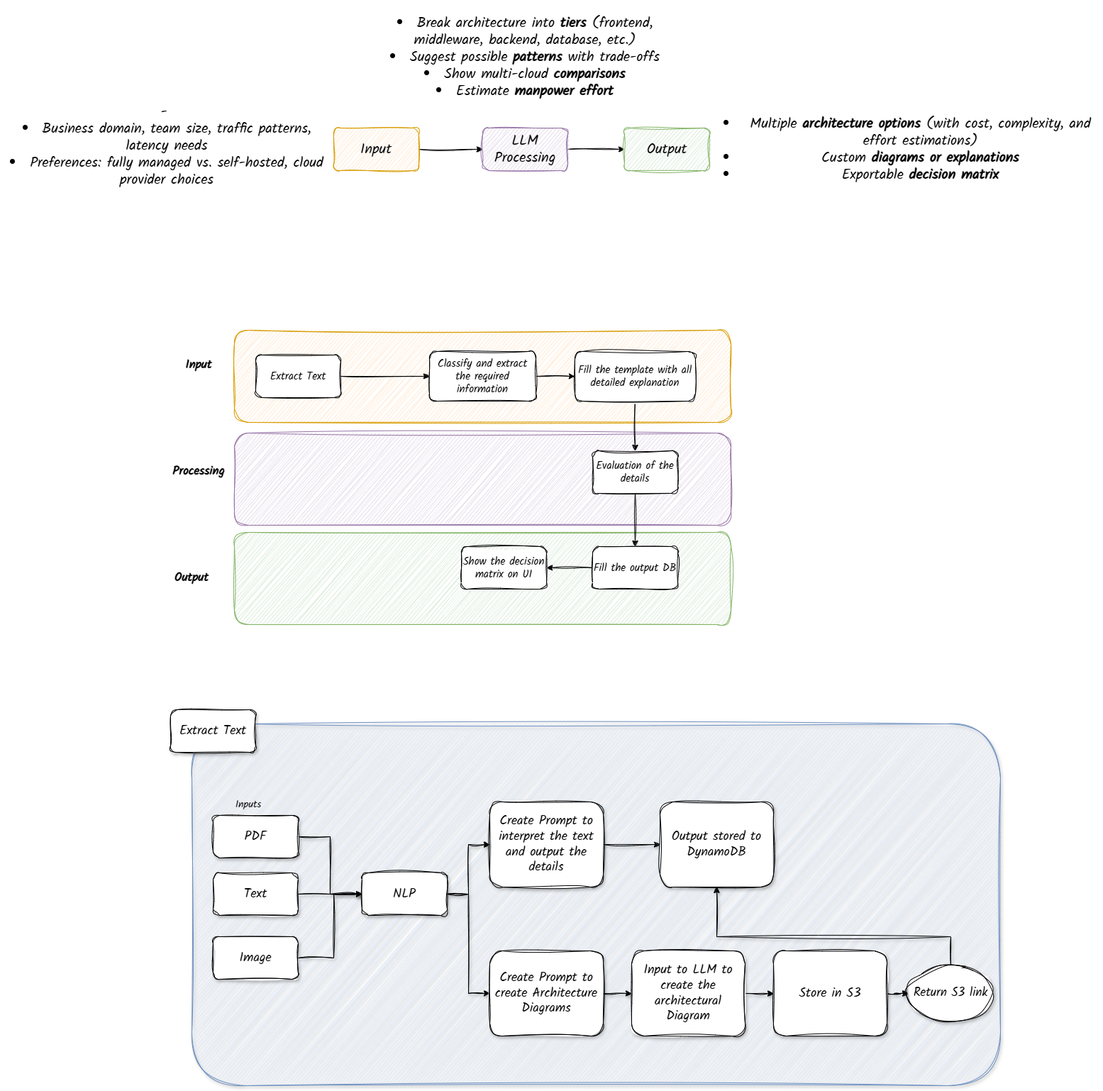
Above: ArchitectingWithLLM.drawio.png in shilpathota/FlowCharts (draw.io), before the change. Source tidied: cells renumbered, new cells last; positions are measured from the earlier drawing's top-left corner, leaving out a move shared by most shapes. The source it was exported from:
```xml
<mxGraphModel>
  <root>
    <mxCell id="0" />
    <mxCell id="1" parent="0" />
    <mxCell id="2" style="rounded=1;whiteSpace=wrap;html=1;fillColor=#dae8fc;strokeColor=#6c8ebf;sketch=1;curveFitting=1;jiggle=2;shadow=1;fontFamily=Kalam;fontSource=https%3A%2F%2Ffonts.googleapis.com%2Fcss%3Ffamily%3DKalam;" parent="1" vertex="1">
      <mxGeometry x="270" y="1020" width="1140" height="510" as="geometry" />
    </mxCell>
    <mxCell id="3" style="rounded=1;whiteSpace=wrap;html=1;fillColor=#d5e8d4;strokeColor=#82b366;fontFamily=Kalam;fontSize=15;fontSource=https%3A%2F%2Ffonts.googleapis.com%2Fcss%3Ffamily%3DKalam;sketch=1;curveFitting=1;jiggle=2;" parent="1" vertex="1">
      <mxGeometry x="330" y="750" width="700" height="130" as="geometry" />
    </mxCell>
    <mxCell id="4" style="rounded=1;whiteSpace=wrap;html=1;fillColor=#e1d5e7;strokeColor=#9673a6;fontFamily=Kalam;fontSize=15;fontSource=https%3A%2F%2Ffonts.googleapis.com%2Fcss%3Ffamily%3DKalam;sketch=1;curveFitting=1;jiggle=2;" parent="1" vertex="1">
      <mxGeometry x="330" y="610" width="700" height="130" as="geometry" />
    </mxCell>
    <mxCell id="5" style="rounded=1;whiteSpace=wrap;html=1;fillColor=#ffe6cc;strokeColor=#d79b00;fontFamily=Kalam;fontSize=15;fontSource=https%3A%2F%2Ffonts.googleapis.com%2Fcss%3Ffamily%3DKalam;sketch=1;curveFitting=1;jiggle=2;" parent="1" vertex="1">
      <mxGeometry x="330" y="465" width="700" height="130" as="geometry" />
    </mxCell>
    <mxCell id="6" style="edgeStyle=orthogonalEdgeStyle;rounded=0;jettySize=auto;html=1;exitX=1;exitY=0.5;exitDx=0;exitDy=0;entryX=0;entryY=0.5;entryDx=0;entryDy=0;fontFamily=Kalam;fontSource=https%3A%2F%2Ffonts.googleapis.com%2Fcss%3Ffamily%3DKalam;fontSize=20;sketch=1;curveFitting=1;jiggle=2;" parent="1" edge="1" source="7" target="9">
      <mxGeometry relative="1" as="geometry" />
    </mxCell>
    <mxCell id="7" value="Input" style="rounded=1;whiteSpace=wrap;html=1;fillColor=#ffe6cc;strokeColor=#d79b00;fontFamily=Kalam;fontSource=https%3A%2F%2Ffonts.googleapis.com%2Fcss%3Ffamily%3DKalam;fontSize=20;sketch=1;curveFitting=1;jiggle=2;" parent="1" vertex="1">
      <mxGeometry x="470" y="180" width="120" height="60" as="geometry" />
    </mxCell>
    <mxCell id="8" style="edgeStyle=orthogonalEdgeStyle;rounded=0;jettySize=auto;html=1;fontFamily=Kalam;fontSource=https%3A%2F%2Ffonts.googleapis.com%2Fcss%3Ffamily%3DKalam;fontSize=20;sketch=1;curveFitting=1;jiggle=2;" parent="1" edge="1" source="9" target="10">
      <mxGeometry relative="1" as="geometry" />
    </mxCell>
    <mxCell id="9" value="LLM Processing" style="rounded=1;whiteSpace=wrap;html=1;fillColor=#e1d5e7;strokeColor=#9673a6;fontFamily=Kalam;fontSource=https%3A%2F%2Ffonts.googleapis.com%2Fcss%3Ffamily%3DKalam;fontSize=20;sketch=1;curveFitting=1;jiggle=2;" parent="1" vertex="1">
      <mxGeometry x="680" y="180" width="120" height="60" as="geometry" />
    </mxCell>
    <mxCell id="10" value="Output" style="rounded=1;whiteSpace=wrap;html=1;fillColor=#d5e8d4;strokeColor=#82b366;fontFamily=Kalam;fontSource=https%3A%2F%2Ffonts.googleapis.com%2Fcss%3Ffamily%3DKalam;fontSize=20;sketch=1;curveFitting=1;jiggle=2;" parent="1" vertex="1">
      <mxGeometry x="880" y="180" width="120" height="60" as="geometry" />
    </mxCell>
    <mxCell id="11" value="-&amp;nbsp;&lt;li&gt;Business domain, team size, traffic patterns, latency needs&lt;/li&gt;&lt;li&gt;Preferences: fully managed vs. self-hosted, cloud provider choices&lt;/li&gt;" style="text;html=1;align=center;verticalAlign=middle;whiteSpace=wrap;rounded=0;fontFamily=Kalam;fontSource=https%3A%2F%2Ffonts.googleapis.com%2Fcss%3Ffamily%3DKalam;fontSize=20;sketch=1;curveFitting=1;jiggle=2;" parent="1" vertex="1">
      <mxGeometry y="190" width="470" height="30" as="geometry" />
    </mxCell>
    <mxCell id="12" value="&lt;li&gt;Break architecture into &lt;strong&gt;tiers&lt;/strong&gt; (frontend, middleware, backend, database, etc.)&lt;/li&gt;&lt;li&gt;Suggest possible &lt;strong&gt;patterns&lt;/strong&gt; with trade-offs&lt;/li&gt;&lt;li&gt;Show multi-cloud &lt;strong&gt;comparisons&lt;/strong&gt;&lt;/li&gt;&lt;li&gt;Estimate &lt;strong&gt;manpower effort&lt;/strong&gt;&lt;/li&gt;" style="text;html=1;align=center;verticalAlign=middle;whiteSpace=wrap;rounded=0;fontFamily=Kalam;fontSource=https%3A%2F%2Ffonts.googleapis.com%2Fcss%3Ffamily%3DKalam;fontSize=20;sketch=1;curveFitting=1;jiggle=2;" parent="1" vertex="1">
      <mxGeometry x="510" width="460" height="160" as="geometry" />
    </mxCell>
    <mxCell id="13" value="&lt;ul&gt;&lt;li&gt;&lt;span style=&quot;background-color: transparent; color: light-dark(rgb(0, 0, 0), rgb(255, 255, 255));&quot;&gt;Multiple &lt;/span&gt;&lt;strong style=&quot;background-color: transparent; color: light-dark(rgb(0, 0, 0), rgb(255, 255, 255));&quot;&gt;architecture options&lt;/strong&gt;&lt;span style=&quot;background-color: transparent; color: light-dark(rgb(0, 0, 0), rgb(255, 255, 255));&quot;&gt; (with cost, complexity, and effort estimations)&lt;/span&gt;&lt;/li&gt;&lt;li&gt;&lt;span style=&quot;background-color: transparent; color: light-dark(rgb(0, 0, 0), rgb(255, 255, 255));&quot;&gt;Custom &lt;/span&gt;&lt;strong style=&quot;background-color: transparent; color: light-dark(rgb(0, 0, 0), rgb(255, 255, 255));&quot;&gt;diagrams or explanations&lt;/strong&gt;&lt;/li&gt;&lt;li&gt;&lt;span style=&quot;background-color: transparent; color: light-dark(rgb(0, 0, 0), rgb(255, 255, 255));&quot;&gt;Exportable &lt;/span&gt;&lt;strong style=&quot;background-color: transparent; color: light-dark(rgb(0, 0, 0), rgb(255, 255, 255));&quot;&gt;decision matrix&lt;/strong&gt;&lt;/li&gt;&lt;/ul&gt;" style="text;html=1;align=center;verticalAlign=middle;whiteSpace=wrap;rounded=0;fontFamily=Kalam;fontSource=https%3A%2F%2Ffonts.googleapis.com%2Fcss%3Ffamily%3DKalam;fontSize=20;sketch=1;curveFitting=1;jiggle=2;" parent="1" vertex="1">
      <mxGeometry x="1000" y="195" width="555" height="30" as="geometry" />
    </mxCell>
    <mxCell id="14" style="edgeStyle=orthogonalEdgeStyle;rounded=0;jettySize=auto;html=1;exitX=1;exitY=0.5;exitDx=0;exitDy=0;entryX=0;entryY=0.5;entryDx=0;entryDy=0;fontFamily=Kalam;fontSize=15;fontSource=https%3A%2F%2Ffonts.googleapis.com%2Fcss%3Ffamily%3DKalam;sketch=1;curveFitting=1;jiggle=2;" parent="1" edge="1" source="15" target="17">
      <mxGeometry relative="1" as="geometry" />
    </mxCell>
    <mxCell id="15" value="Extract Text" style="rounded=1;whiteSpace=wrap;html=1;fontFamily=Kalam;fontSize=15;fontSource=https%3A%2F%2Ffonts.googleapis.com%2Fcss%3Ffamily%3DKalam;sketch=1;curveFitting=1;jiggle=2;" parent="1" vertex="1">
      <mxGeometry x="360" y="500" width="120" height="60" as="geometry" />
    </mxCell>
    <mxCell id="16" style="edgeStyle=orthogonalEdgeStyle;rounded=0;jettySize=auto;html=1;entryX=0;entryY=0.5;entryDx=0;entryDy=0;fontFamily=Kalam;fontSize=15;fontSource=https%3A%2F%2Ffonts.googleapis.com%2Fcss%3Ffamily%3DKalam;sketch=1;curveFitting=1;jiggle=2;" parent="1" edge="1" source="17" target="19">
      <mxGeometry relative="1" as="geometry" />
    </mxCell>
    <mxCell id="17" value="Classify and extract the required information" style="rounded=1;whiteSpace=wrap;html=1;fontFamily=Kalam;fontSize=15;fontSource=https%3A%2F%2Ffonts.googleapis.com%2Fcss%3Ffamily%3DKalam;sketch=1;curveFitting=1;jiggle=2;" parent="1" vertex="1">
      <mxGeometry x="605" y="495" width="150" height="70" as="geometry" />
    </mxCell>
    <mxCell id="18" style="edgeStyle=orthogonalEdgeStyle;rounded=0;jettySize=auto;html=1;fontFamily=Kalam;fontSize=15;entryX=0.5;entryY=0;entryDx=0;entryDy=0;fontSource=https%3A%2F%2Ffonts.googleapis.com%2Fcss%3Ffamily%3DKalam;sketch=1;curveFitting=1;jiggle=2;" parent="1" edge="1" source="19" target="21">
      <mxGeometry relative="1" as="geometry" />
    </mxCell>
    <mxCell id="19" value="Fill the template with all detailed explanation" style="rounded=1;whiteSpace=wrap;html=1;fontFamily=Kalam;fontSize=15;fontSource=https%3A%2F%2Ffonts.googleapis.com%2Fcss%3Ffamily%3DKalam;sketch=1;curveFitting=1;jiggle=2;" parent="1" vertex="1">
      <mxGeometry x="810" y="495" width="170" height="70" as="geometry" />
    </mxCell>
    <mxCell id="20" style="edgeStyle=orthogonalEdgeStyle;rounded=0;jettySize=auto;html=1;fontFamily=Kalam;fontSize=15;fontSource=https%3A%2F%2Ffonts.googleapis.com%2Fcss%3Ffamily%3DKalam;sketch=1;curveFitting=1;jiggle=2;" parent="1" edge="1" source="21" target="23">
      <mxGeometry relative="1" as="geometry" />
    </mxCell>
    <mxCell id="21" value="Evaluation of the details" style="rounded=1;whiteSpace=wrap;html=1;fontFamily=Kalam;fontSize=15;fontSource=https%3A%2F%2Ffonts.googleapis.com%2Fcss%3Ffamily%3DKalam;sketch=1;curveFitting=1;jiggle=2;" parent="1" vertex="1">
      <mxGeometry x="835" y="635" width="120" height="60" as="geometry" />
    </mxCell>
    <mxCell id="22" style="edgeStyle=orthogonalEdgeStyle;rounded=0;jettySize=auto;html=1;exitX=0;exitY=0.5;exitDx=0;exitDy=0;entryX=1;entryY=0.5;entryDx=0;entryDy=0;fontFamily=Kalam;fontSource=https%3A%2F%2Ffonts.googleapis.com%2Fcss%3Ffamily%3DKalam;sketch=1;curveFitting=1;jiggle=2;" parent="1" edge="1" source="23" target="27">
      <mxGeometry relative="1" as="geometry" />
    </mxCell>
    <mxCell id="23" value="Fill the output DB" style="rounded=1;whiteSpace=wrap;html=1;fontFamily=Kalam;fontSize=15;fontSource=https%3A%2F%2Ffonts.googleapis.com%2Fcss%3Ffamily%3DKalam;sketch=1;curveFitting=1;jiggle=2;" parent="1" vertex="1">
      <mxGeometry x="835" y="770" width="120" height="60" as="geometry" />
    </mxCell>
    <mxCell id="24" value="Input" style="text;html=1;align=center;verticalAlign=middle;whiteSpace=wrap;rounded=0;fontStyle=1;fontSize=17;fontFamily=Kalam;fontSource=https%3A%2F%2Ffonts.googleapis.com%2Fcss%3Ffamily%3DKalam;sketch=1;curveFitting=1;jiggle=2;" parent="1" vertex="1">
      <mxGeometry x="250" y="500" width="60" height="30" as="geometry" />
    </mxCell>
    <mxCell id="25" value="Processing" style="text;html=1;align=center;verticalAlign=middle;whiteSpace=wrap;rounded=0;fontStyle=1;fontSize=17;fontFamily=Kalam;fontSource=https%3A%2F%2Ffonts.googleapis.com%2Fcss%3Ffamily%3DKalam;sketch=1;curveFitting=1;jiggle=2;" parent="1" vertex="1">
      <mxGeometry x="250" y="650" width="60" height="30" as="geometry" />
    </mxCell>
    <mxCell id="26" value="Output" style="text;html=1;align=center;verticalAlign=middle;whiteSpace=wrap;rounded=0;fontStyle=1;fontSize=17;fontFamily=Kalam;fontSource=https%3A%2F%2Ffonts.googleapis.com%2Fcss%3Ffamily%3DKalam;sketch=1;curveFitting=1;jiggle=2;" parent="1" vertex="1">
      <mxGeometry x="240" y="800" width="60" height="30" as="geometry" />
    </mxCell>
    <mxCell id="27" value="Show the decision matrix on UI" style="rounded=1;whiteSpace=wrap;html=1;fontFamily=Kalam;fontSize=15;fontSource=https%3A%2F%2Ffonts.googleapis.com%2Fcss%3Ffamily%3DKalam;sketch=1;curveFitting=1;jiggle=2;" parent="1" vertex="1">
      <mxGeometry x="650" y="770" width="120" height="60" as="geometry" />
    </mxCell>
    <mxCell id="28" value="Extract Text" style="rounded=1;whiteSpace=wrap;html=1;fontFamily=Kalam;fontSize=18;sketch=1;curveFitting=1;jiggle=2;shadow=1;fontSource=https%3A%2F%2Ffonts.googleapis.com%2Fcss%3Ffamily%3DKalam;" parent="1" vertex="1">
      <mxGeometry x="240" y="1000" width="120" height="60" as="geometry" />
    </mxCell>
    <mxCell id="29" style="edgeStyle=orthogonalEdgeStyle;rounded=0;jettySize=auto;html=1;exitX=1;exitY=0.5;exitDx=0;exitDy=0;entryX=0;entryY=0.5;entryDx=0;entryDy=0;sketch=1;curveFitting=1;jiggle=2;shadow=1;fontFamily=Kalam;fontSource=https%3A%2F%2Ffonts.googleapis.com%2Fcss%3Ffamily%3DKalam;" parent="1" edge="1" source="30" target="38">
      <mxGeometry relative="1" as="geometry" />
    </mxCell>
    <mxCell id="30" value="PDF" style="rounded=1;whiteSpace=wrap;html=1;fontFamily=Kalam;fontSize=18;sketch=1;curveFitting=1;jiggle=2;shadow=1;fontSource=https%3A%2F%2Ffonts.googleapis.com%2Fcss%3Ffamily%3DKalam;" parent="1" vertex="1">
      <mxGeometry x="300" y="1149" width="120" height="60" as="geometry" />
    </mxCell>
    <mxCell id="31" value="Inputs" style="text;html=1;align=center;verticalAlign=middle;whiteSpace=wrap;rounded=0;fontSize=14;fontFamily=Kalam;sketch=1;curveFitting=1;jiggle=2;shadow=1;fontSource=https%3A%2F%2Ffonts.googleapis.com%2Fcss%3Ffamily%3DKalam;" parent="1" vertex="1">
      <mxGeometry x="320" y="1119" width="60" height="30" as="geometry" />
    </mxCell>
    <mxCell id="32" style="edgeStyle=orthogonalEdgeStyle;rounded=0;jettySize=auto;html=1;exitX=1;exitY=0.5;exitDx=0;exitDy=0;sketch=1;curveFitting=1;jiggle=2;shadow=1;fontFamily=Kalam;fontSource=https%3A%2F%2Ffonts.googleapis.com%2Fcss%3Ffamily%3DKalam;" parent="1" edge="1" source="33">
      <mxGeometry relative="1" as="geometry">
        <mxPoint x="510" y="1260" as="targetPoint" />
      </mxGeometry>
    </mxCell>
    <mxCell id="33" value="Text" style="rounded=1;whiteSpace=wrap;html=1;fontFamily=Kalam;fontSize=18;sketch=1;curveFitting=1;jiggle=2;shadow=1;fontSource=https%3A%2F%2Ffonts.googleapis.com%2Fcss%3Ffamily%3DKalam;" parent="1" vertex="1">
      <mxGeometry x="300" y="1230" width="120" height="60" as="geometry" />
    </mxCell>
    <mxCell id="34" style="edgeStyle=orthogonalEdgeStyle;rounded=0;jettySize=auto;html=1;exitX=1;exitY=0.5;exitDx=0;exitDy=0;sketch=1;curveFitting=1;jiggle=2;shadow=1;fontFamily=Kalam;fontSource=https%3A%2F%2Ffonts.googleapis.com%2Fcss%3Ffamily%3DKalam;" parent="1" edge="1" source="35" target="38">
      <mxGeometry relative="1" as="geometry">
        <Array as="points">
          <mxPoint x="470" y="1350" />
          <mxPoint x="470" y="1260" />
        </Array>
      </mxGeometry>
    </mxCell>
    <mxCell id="35" value="Image" style="rounded=1;whiteSpace=wrap;html=1;fontFamily=Kalam;fontSize=18;sketch=1;curveFitting=1;jiggle=2;shadow=1;fontSource=https%3A%2F%2Ffonts.googleapis.com%2Fcss%3Ffamily%3DKalam;" parent="1" vertex="1">
      <mxGeometry x="300" y="1320" width="120" height="60" as="geometry" />
    </mxCell>
    <mxCell id="36" style="edgeStyle=orthogonalEdgeStyle;rounded=0;jettySize=auto;html=1;exitX=1;exitY=0.5;exitDx=0;exitDy=0;entryX=0;entryY=0.5;entryDx=0;entryDy=0;sketch=1;curveFitting=1;jiggle=2;shadow=1;fontFamily=Kalam;fontSource=https%3A%2F%2Ffonts.googleapis.com%2Fcss%3Ffamily%3DKalam;" parent="1" edge="1" source="38" target="40">
      <mxGeometry relative="1" as="geometry" />
    </mxCell>
    <mxCell id="37" style="edgeStyle=orthogonalEdgeStyle;rounded=0;jettySize=auto;html=1;exitX=1;exitY=0.5;exitDx=0;exitDy=0;entryX=0;entryY=0.5;entryDx=0;entryDy=0;sketch=1;curveFitting=1;jiggle=2;shadow=1;fontFamily=Kalam;fontSource=https%3A%2F%2Ffonts.googleapis.com%2Fcss%3Ffamily%3DKalam;" parent="1" edge="1" source="38" target="42">
      <mxGeometry relative="1" as="geometry" />
    </mxCell>
    <mxCell id="38" value="NLP" style="rounded=1;whiteSpace=wrap;html=1;fontFamily=Kalam;fontSize=18;sketch=1;curveFitting=1;jiggle=2;shadow=1;fontSource=https%3A%2F%2Ffonts.googleapis.com%2Fcss%3Ffamily%3DKalam;" parent="1" vertex="1">
      <mxGeometry x="510" y="1230" width="120" height="60" as="geometry" />
    </mxCell>
    <mxCell id="39" style="edgeStyle=orthogonalEdgeStyle;rounded=0;jettySize=auto;html=1;sketch=1;curveFitting=1;jiggle=2;shadow=1;fontFamily=Kalam;fontSource=https%3A%2F%2Ffonts.googleapis.com%2Fcss%3Ffamily%3DKalam;" parent="1" edge="1" source="40" target="44">
      <mxGeometry relative="1" as="geometry" />
    </mxCell>
    <mxCell id="40" value="Create Prompt to create Architecture Diagrams" style="rounded=1;whiteSpace=wrap;html=1;fontFamily=Kalam;fontSize=18;sketch=1;curveFitting=1;jiggle=2;shadow=1;fontSource=https%3A%2F%2Ffonts.googleapis.com%2Fcss%3Ffamily%3DKalam;" parent="1" vertex="1">
      <mxGeometry x="690" y="1340" width="160" height="120" as="geometry" />
    </mxCell>
    <mxCell id="41" style="edgeStyle=orthogonalEdgeStyle;rounded=0;jettySize=auto;html=1;sketch=1;curveFitting=1;jiggle=2;shadow=1;fontFamily=Kalam;fontSource=https%3A%2F%2Ffonts.googleapis.com%2Fcss%3Ffamily%3DKalam;" parent="1" edge="1" source="42" target="48">
      <mxGeometry relative="1" as="geometry" />
    </mxCell>
    <mxCell id="42" value="Create Prompt to interpret the text and output the details" style="rounded=1;whiteSpace=wrap;html=1;fontFamily=Kalam;fontSize=18;sketch=1;curveFitting=1;jiggle=2;shadow=1;fontSource=https%3A%2F%2Ffonts.googleapis.com%2Fcss%3Ffamily%3DKalam;" parent="1" vertex="1">
      <mxGeometry x="690" y="1130" width="160" height="120" as="geometry" />
    </mxCell>
    <mxCell id="43" style="edgeStyle=orthogonalEdgeStyle;rounded=0;jettySize=auto;html=1;sketch=1;curveFitting=1;jiggle=2;shadow=1;fontFamily=Kalam;fontSource=https%3A%2F%2Ffonts.googleapis.com%2Fcss%3Ffamily%3DKalam;" parent="1" edge="1" source="44" target="46">
      <mxGeometry relative="1" as="geometry" />
    </mxCell>
    <mxCell id="44" value="Input to LLM to create the architectural Diagram" style="rounded=1;whiteSpace=wrap;html=1;fontFamily=Kalam;fontSize=18;sketch=1;curveFitting=1;jiggle=2;shadow=1;fontSource=https%3A%2F%2Ffonts.googleapis.com%2Fcss%3Ffamily%3DKalam;" parent="1" vertex="1">
      <mxGeometry x="890" y="1340" width="160" height="120" as="geometry" />
    </mxCell>
    <mxCell id="45" style="edgeStyle=orthogonalEdgeStyle;rounded=0;jettySize=auto;html=1;sketch=1;curveFitting=1;jiggle=2;shadow=1;fontFamily=Kalam;fontSource=https%3A%2F%2Ffonts.googleapis.com%2Fcss%3Ffamily%3DKalam;" parent="1" edge="1" source="46" target="47">
      <mxGeometry relative="1" as="geometry" />
    </mxCell>
    <mxCell id="46" value="Store in S3" style="rounded=1;whiteSpace=wrap;html=1;fontFamily=Kalam;fontSize=18;sketch=1;curveFitting=1;jiggle=2;shadow=1;fontSource=https%3A%2F%2Ffonts.googleapis.com%2Fcss%3Ffamily%3DKalam;" parent="1" vertex="1">
      <mxGeometry x="1090" y="1340" width="160" height="120" as="geometry" />
    </mxCell>
    <mxCell id="47" value="Return S3 link" style="ellipse;whiteSpace=wrap;html=1;fontSize=17;fontFamily=Kalam;sketch=1;curveFitting=1;jiggle=2;shadow=1;fontSource=https%3A%2F%2Ffonts.googleapis.com%2Fcss%3Ffamily%3DKalam;" parent="1" vertex="1">
      <mxGeometry x="1280" y="1360" width="120" height="80" as="geometry" />
    </mxCell>
    <mxCell id="48" value="Output stored to DynamoDB" style="rounded=1;whiteSpace=wrap;html=1;fontFamily=Kalam;fontSize=18;sketch=1;curveFitting=1;jiggle=2;shadow=1;fontSource=https%3A%2F%2Ffonts.googleapis.com%2Fcss%3Ffamily%3DKalam;" parent="1" vertex="1">
      <mxGeometry x="930" y="1130" width="160" height="120" as="geometry" />
    </mxCell>
    <mxCell id="49" style="edgeStyle=orthogonalEdgeStyle;rounded=0;jettySize=auto;html=1;entryX=0.5;entryY=1;entryDx=0;entryDy=0;sketch=1;curveFitting=1;jiggle=2;shadow=1;fontFamily=Kalam;fontSource=https%3A%2F%2Ffonts.googleapis.com%2Fcss%3Ffamily%3DKalam;" parent="1" edge="1" source="47" target="48">
      <mxGeometry relative="1" as="geometry">
        <Array as="points">
          <mxPoint x="1340" y="1320" />
          <mxPoint x="1010" y="1320" />
        </Array>
      </mxGeometry>
    </mxCell>
  </root>
</mxGraphModel>
```
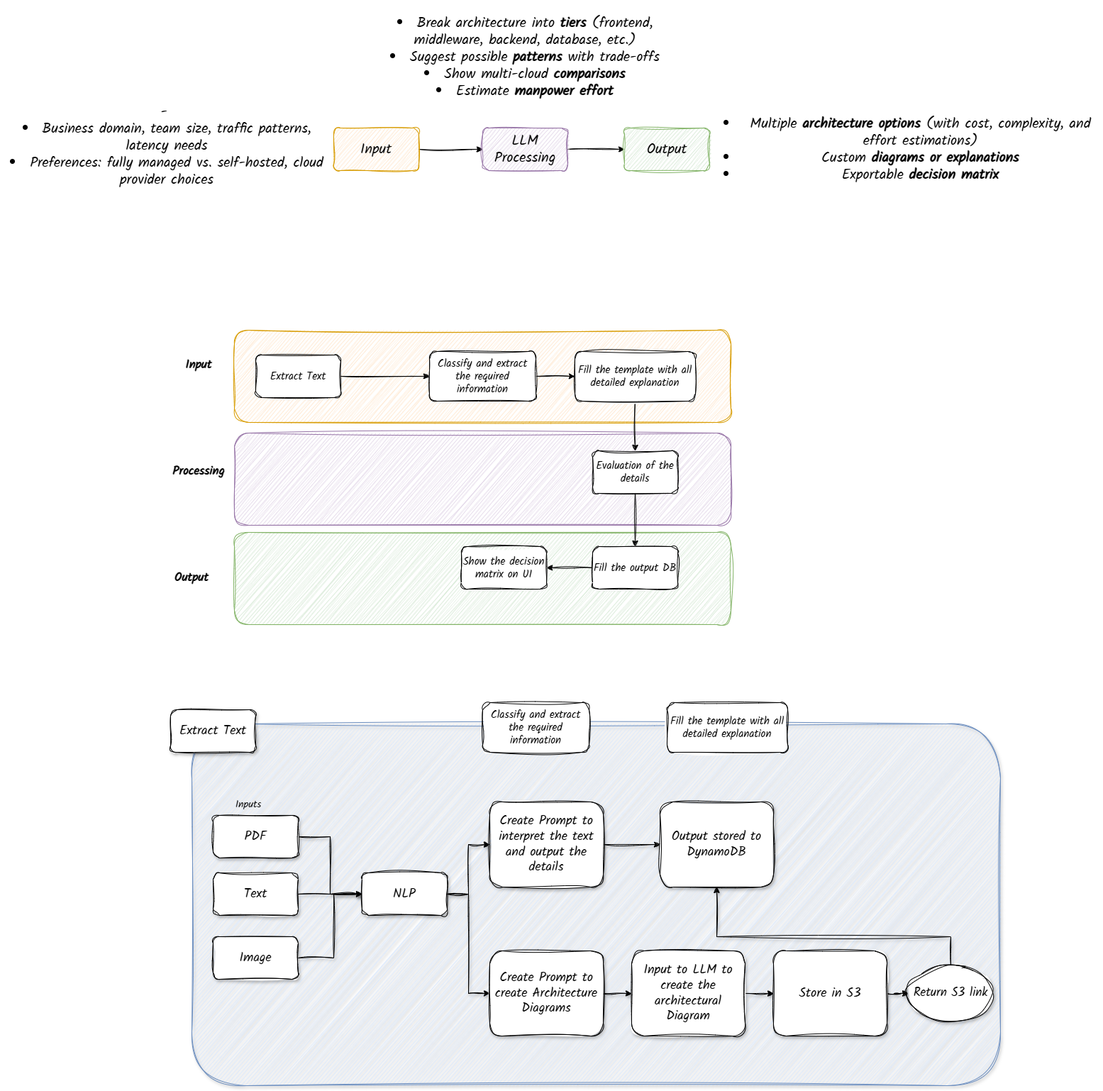
After the change.

The edit, as a diff of the source:
```diff
@@ -158,5 +158,11 @@
         </Array>
       </mxGeometry>
     </mxCell>
+    <mxCell id="50" value="Classify and extract the required information" style="rounded=1;whiteSpace=wrap;html=1;fontFamily=Kalam;fontSize=15;fontSource=https%3A%2F%2Ffonts.googleapis.com%2Fcss%3Ffamily%3DKalam;sketch=1;curveFitting=1;jiggle=2;" parent="1" vertex="1">
+      <mxGeometry x="680" y="990" width="150" height="70" as="geometry" />
+    </mxCell>
+    <mxCell id="51" value="Fill the template with all detailed explanation" style="rounded=1;whiteSpace=wrap;html=1;fontFamily=Kalam;fontSize=15;fontSource=https%3A%2F%2Ffonts.googleapis.com%2Fcss%3Ffamily%3DKalam;sketch=1;curveFitting=1;jiggle=2;" parent="1" vertex="1">
+      <mxGeometry x="940" y="990" width="170" height="70" as="geometry" />
+    </mxCell>
   </root>
 </mxGraphModel>
```
